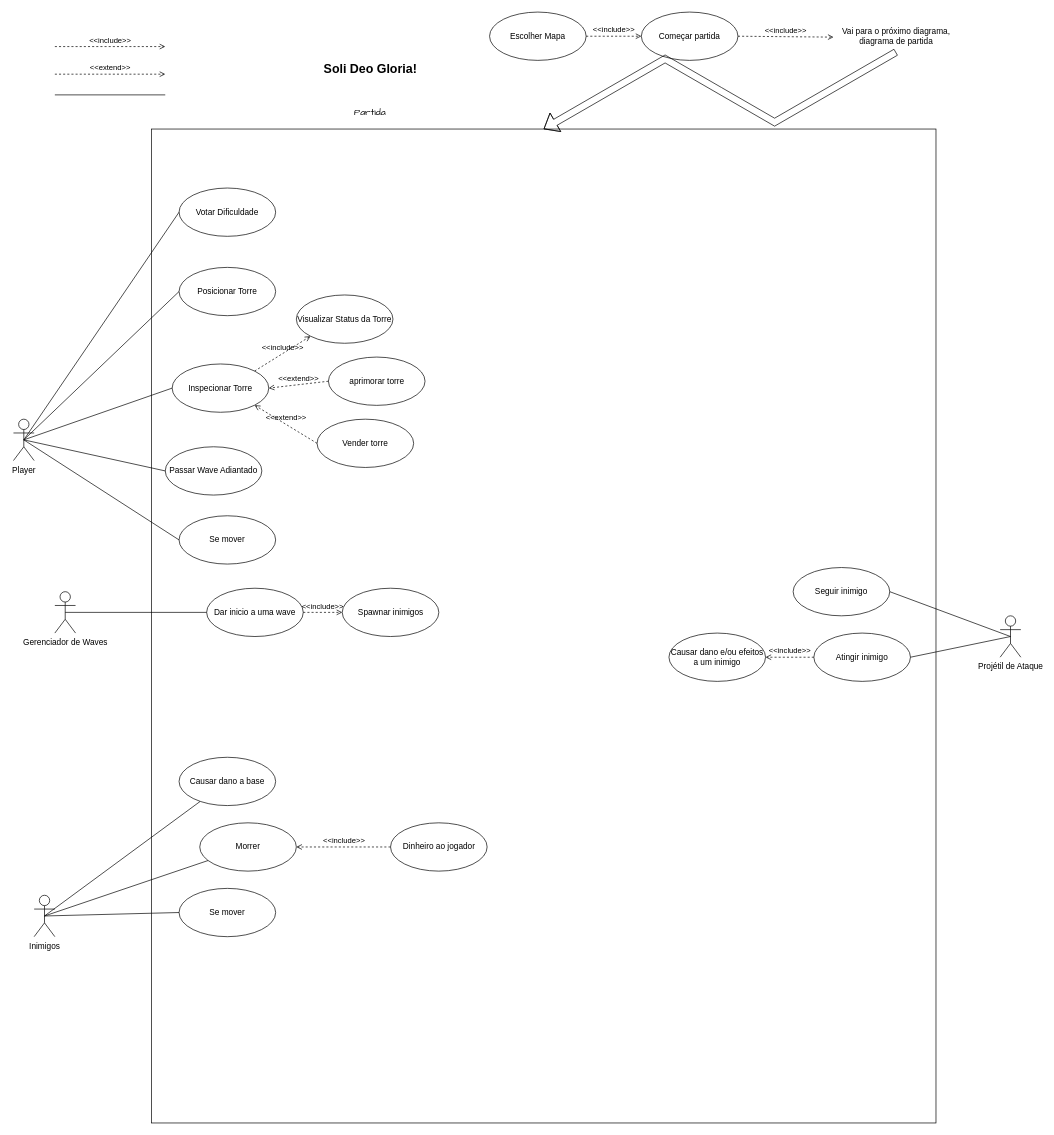
The draw.io diagram In-Game -- Diagrama Casos de Uso.drawio in DEV-0ne-Jao/Projeto-Integrador, before the edit. Source tidied: cells renumbered, new cells numbered last; positions are measured from the earlier drawing's top-left corner, leaving out a move shared by most shapes. Both pictures are drawn from the tidied source at 69%, with x=0, y=0 at pixel (13, 12).
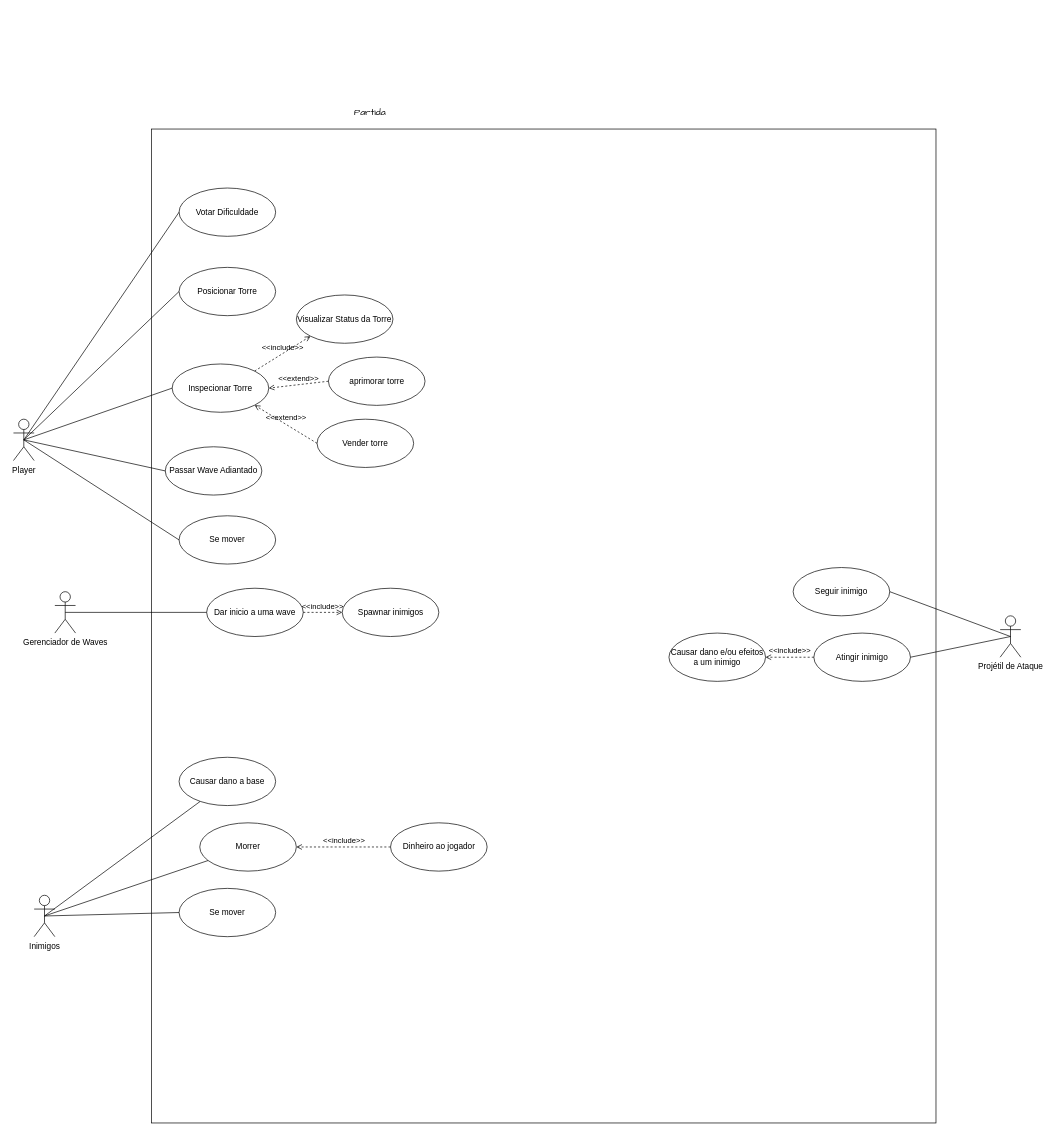
After the change.

Unchanged cells that the change refers to:
```xml
<mxCell id="5" style="rounded=0;whiteSpace=wrap;html=1;fontStyle=1;" parent="1" vertex="1">
  <mxGeometry x="200" y="169.5" width="1137" height="1440.5" as="geometry" />
</mxCell>
```

What changed in the source:
```diff
@@
-    <mxCell id="3" value="&lt;font style=&quot;font-size: 18px;&quot;&gt;Soli Deo Gloria!&lt;/font&gt;" style="text;align=center;fontStyle=1;verticalAlign=middle;spacingLeft=3;spacingRight=3;strokeColor=none;html=1;" parent="1" vertex="1">
-      <mxGeometry x="476.5" y="70" width="80" height="26" as="geometry" />
-    </mxCell>
@@
-    <mxCell id="7" value="&amp;lt;&amp;lt;include&amp;gt;&amp;gt;" style="html=1;verticalAlign=bottom;labelBackgroundColor=none;endArrow=open;endFill=0;dashed=1;rounded=0;" parent="1" edge="1">
-      <mxGeometry relative="1" as="geometry">
-        <mxPoint x="60" y="50" as="sourcePoint" />
-        <mxPoint x="220" y="50" as="targetPoint" />
-      </mxGeometry>
-    </mxCell>
-    <mxCell id="8" value="&amp;lt;&amp;lt;extend&amp;gt;&amp;gt;" style="html=1;verticalAlign=bottom;labelBackgroundColor=none;endArrow=open;endFill=0;dashed=1;rounded=0;" parent="1" edge="1">
-      <mxGeometry relative="1" as="geometry">
-        <mxPoint x="60" y="90" as="sourcePoint" />
-        <mxPoint x="220" y="90" as="targetPoint" />
-      </mxGeometry>
-    </mxCell>
-    <mxCell id="9" style="endArrow=none;html=1;rounded=0;" parent="1" edge="1">
-      <mxGeometry relative="1" as="geometry">
-        <mxPoint x="60" y="120" as="sourcePoint" />
-        <mxPoint x="220" y="120" as="targetPoint" />
-      </mxGeometry>
-    </mxCell>
-    <mxCell id="10" value="Escolher Mapa" style="ellipse;whiteSpace=wrap;html=1;" parent="1" vertex="1">
-      <mxGeometry x="690" width="140" height="70" as="geometry" />
-    </mxCell>
@@
-    <mxCell id="12" value="&amp;lt;&amp;lt;include&amp;gt;&amp;gt;" style="html=1;verticalAlign=bottom;labelBackgroundColor=none;endArrow=open;endFill=0;dashed=1;rounded=0;exitX=1;exitY=0.5;exitDx=0;exitDy=0;entryX=0;entryY=0.5;entryDx=0;entryDy=0;" parent="1" edge="1" source="10" target="13">
-      <mxGeometry relative="1" as="geometry" />
-    </mxCell>
-    <mxCell id="13" value="Começar partida" style="ellipse;whiteSpace=wrap;html=1;" parent="1" vertex="1">
-      <mxGeometry x="910" width="140" height="70" as="geometry" />
-    </mxCell>
-    <mxCell id="14" value="&amp;lt;&amp;lt;include&amp;gt;&amp;gt;" style="html=1;verticalAlign=bottom;labelBackgroundColor=none;endArrow=open;endFill=0;dashed=1;rounded=0;exitX=1;exitY=0.5;exitDx=0;exitDy=0;entryX=0;entryY=0.533;entryDx=0;entryDy=0;entryPerimeter=0;" parent="1" edge="1" source="13" target="15">
-      <mxGeometry relative="1" as="geometry" />
-    </mxCell>
-    <mxCell id="15" value="Vai para o próximo diagrama,&lt;div&gt;diagrama de partida&lt;/div&gt;" style="text;html=1;align=center;verticalAlign=middle;points=[];strokeColor=none;fillColor=none;" parent="1" vertex="1">
-      <mxGeometry x="1188.5" y="15" width="180" height="40" as="geometry" />
-    </mxCell>
-    <mxCell id="16" style="shape=flexArrow;endArrow=classic;html=1;rounded=0;exitX=0.503;exitY=1.075;exitDx=0;exitDy=0;exitPerimeter=0;entryX=0.5;entryY=0;entryDx=0;entryDy=0;edgeStyle=isometricEdgeStyle;" parent="1" edge="1" source="15" target="5">
-      <mxGeometry relative="1" as="geometry" />
-    </mxCell>
```
